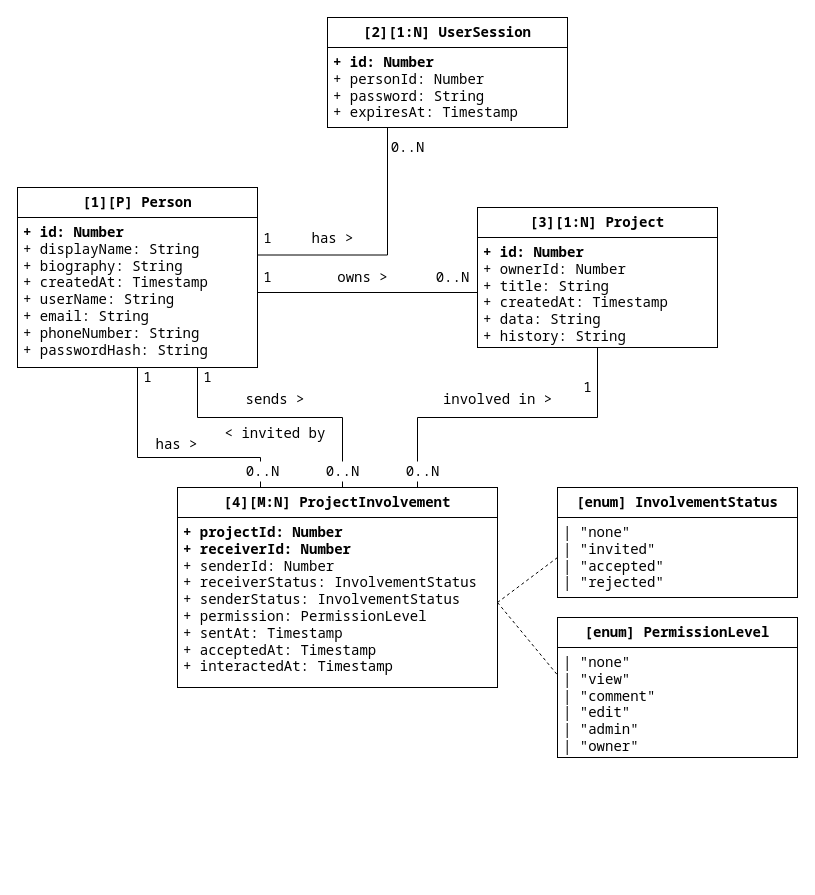
Earlier version of the draw.io diagram page "Relational" (1 of 3) of science-vis/datamodel.drawio (dmitriynaumov1024/proj). Source tidied: cells renumbered, new cells numbered last; positions are measured from the earlier drawing's top-left corner, leaving out a move shared by most shapes. Both pictures are drawn from the tidied source at 100%, with x=0, y=0 at pixel (17, 17).
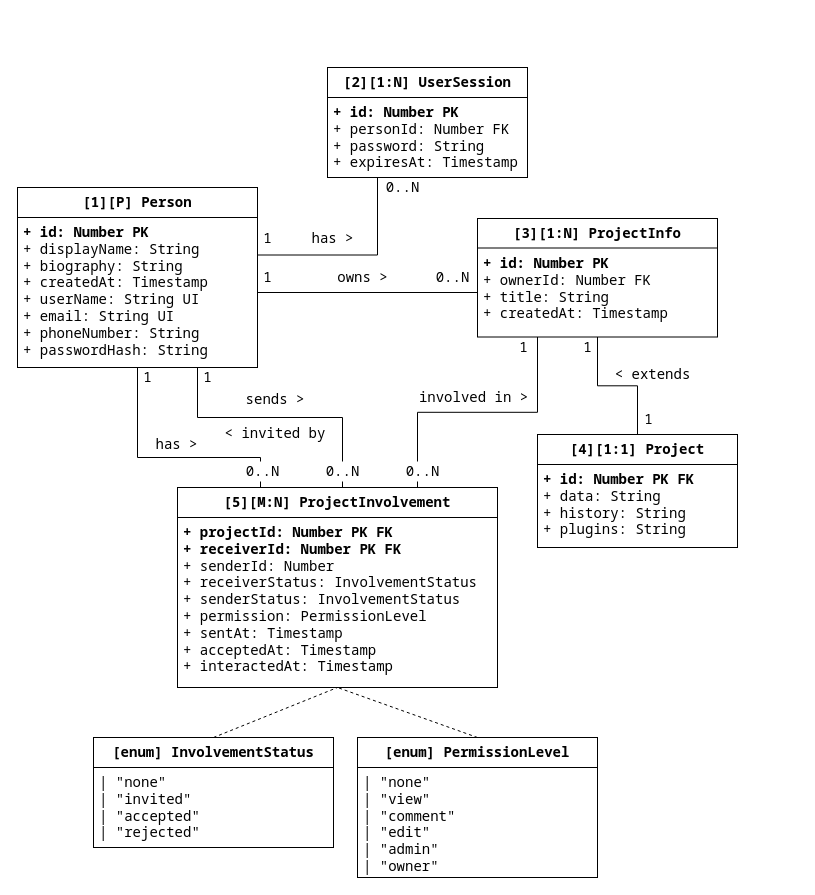
After the change.

Diff of the diagram source:
```diff
@@
-    <mxCell id="3" value="[3][1:N] Project" style="rounded=0;whiteSpace=wrap;html=1;fontFamily=Noto Sans Mono;fontSize=14;fontStyle=1;" parent="1" vertex="1">
-      <mxGeometry x="460" y="190" width="240" height="30" as="geometry" />
+    <mxCell id="3" value="[3][1:N] ProjectInfo" style="rounded=0;whiteSpace=wrap;html=1;fontFamily=Noto Sans Mono;fontSize=14;fontStyle=1;" parent="1" vertex="1">
+      <mxGeometry x="460" y="201" width="240" height="30" as="geometry" />
     </mxCell>
@@
-    <mxCell id="6" value="&lt;b&gt;+ id: Number&lt;/b&gt;&lt;br&gt;+ displayName: String&lt;br&gt;&lt;div&gt;+ biography: String&lt;/div&gt;&lt;div&gt;+ createdAt: Timestamp&lt;/div&gt;+ userName: String&lt;div&gt;+ email: String&lt;/div&gt;&lt;div&gt;+ phoneNumber: String&lt;/div&gt;&lt;div&gt;+ passwordHash: String&lt;/div&gt;" style="rounded=0;whiteSpace=wrap;html=1;fontFamily=Noto Sans Mono;fontSize=14;align=left;verticalAlign=top;spacingLeft=4;" parent="1" vertex="1">
+    <mxCell id="6" value="&lt;b&gt;+ id: Number PK&lt;/b&gt;&lt;br&gt;+ displayName: String&lt;br&gt;&lt;div&gt;+ biography: String&lt;/div&gt;&lt;div&gt;+ createdAt: Timestamp&lt;/div&gt;+ userName: String UI&lt;div&gt;+ email: String UI&lt;/div&gt;&lt;div&gt;+ phoneNumber: String&lt;/div&gt;&lt;div&gt;+ passwordHash: String&lt;/div&gt;" style="rounded=0;whiteSpace=wrap;html=1;fontFamily=Noto Sans Mono;fontSize=14;align=left;verticalAlign=top;spacingLeft=4;" parent="1" vertex="1">
       <mxGeometry y="200" width="240" height="150" as="geometry" />
     </mxCell>
-    <mxCell id="7" value="&lt;div&gt;&lt;b&gt;+ id: Number&lt;/b&gt;&lt;/div&gt;&lt;div&gt;+ ownerId: Number&lt;/div&gt;&lt;div&gt;+ title: String&lt;/div&gt;&lt;div&gt;+ createdAt: Timestamp&lt;/div&gt;&lt;div&gt;+ data: String&lt;br&gt;+ history: String&lt;/div&gt;" style="rounded=0;whiteSpace=wrap;html=1;fontFamily=Noto Sans Mono;fontSize=14;align=left;verticalAlign=top;spacingLeft=4;" parent="1" vertex="1">
-      <mxGeometry x="460" y="220" width="240" height="110" as="geometry" />
+    <mxCell id="7" value="&lt;div&gt;&lt;b&gt;+ id: Number PK&lt;/b&gt;&lt;/div&gt;&lt;div&gt;+ ownerId: Number FK&lt;/div&gt;&lt;div&gt;+ title: String&lt;/div&gt;&lt;div&gt;+ createdAt: Timestamp&lt;/div&gt;" style="rounded=0;whiteSpace=wrap;html=1;fontFamily=Noto Sans Mono;fontSize=14;align=left;verticalAlign=top;spacingLeft=4;" parent="1" vertex="1">
+      <mxGeometry x="460" y="230.5" width="240" height="89" as="geometry" />
     </mxCell>
-    <mxCell id="8" value="&lt;div&gt;&lt;b&gt;+ projectId: Number&lt;/b&gt;&lt;/div&gt;&lt;div&gt;&lt;b&gt;+ receiverId: Number&lt;/b&gt;&lt;/div&gt;&lt;div&gt;+ senderId: Number&lt;/div&gt;&lt;div&gt;+ receiverStatus: InvolvementStatus&lt;/div&gt;&lt;div&gt;+ senderStatus: InvolvementStatus&lt;/div&gt;&lt;div&gt;+ permission: PermissionLevel&lt;/div&gt;&lt;div&gt;+ sentAt: Timestamp&lt;/div&gt;&lt;div&gt;+ acceptedAt: Timestamp&lt;/div&gt;&lt;div&gt;+ interactedAt: Timestamp&lt;/div&gt;" style="rounded=0;whiteSpace=wrap;html=1;fontFamily=Noto Sans Mono;fontSize=14;align=left;verticalAlign=top;spacingLeft=4;" parent="1" vertex="1">
+    <mxCell id="8" value="&lt;div&gt;&lt;b&gt;+ projectId: Number PK FK&lt;/b&gt;&lt;/div&gt;&lt;div&gt;&lt;b&gt;+ receiverId: Number PK FK&lt;/b&gt;&lt;/div&gt;&lt;div&gt;+ senderId: Number&lt;/div&gt;&lt;div&gt;+ receiverStatus: InvolvementStatus&lt;/div&gt;&lt;div&gt;+ senderStatus: InvolvementStatus&lt;/div&gt;&lt;div&gt;+ permission: PermissionLevel&lt;/div&gt;&lt;div&gt;+ sentAt: Timestamp&lt;/div&gt;&lt;div&gt;+ acceptedAt: Timestamp&lt;/div&gt;&lt;div&gt;+ interactedAt: Timestamp&lt;/div&gt;" style="rounded=0;whiteSpace=wrap;html=1;fontFamily=Noto Sans Mono;fontSize=14;align=left;verticalAlign=top;spacingLeft=4;" parent="1" vertex="1">
       <mxGeometry x="160" y="500" width="320" height="170" as="geometry" />
     </mxCell>
-    <mxCell id="9" style="edgeStyle=orthogonalEdgeStyle;rounded=0;jettySize=auto;html=1;exitX=0.75;exitY=0;exitDx=0;exitDy=0;entryX=0.5;entryY=1;entryDx=0;entryDy=0;fontFamily=Noto Sans Mono;fontSize=14;endArrow=none;endFill=0;" parent="1" edge="1" source="12" target="7">
+    <mxCell id="9" style="edgeStyle=orthogonalEdgeStyle;rounded=0;jettySize=auto;html=1;exitX=0.75;exitY=0;exitDx=0;exitDy=0;entryX=0.25;entryY=1;entryDx=0;entryDy=0;fontFamily=Noto Sans Mono;fontSize=14;endArrow=none;endFill=0;" parent="1" edge="1" source="12" target="7">
       <mxGeometry relative="1" as="geometry" />
     </mxCell>
@@
-    <mxCell id="12" value="[4][M:N] ProjectInvolvement" style="rounded=0;whiteSpace=wrap;html=1;fontFamily=Noto Sans Mono;fontSize=14;fontStyle=1;" parent="1" vertex="1">
+    <mxCell id="12" value="[5][M:N] ProjectInvolvement" style="rounded=0;whiteSpace=wrap;html=1;fontFamily=Noto Sans Mono;fontSize=14;fontStyle=1;" parent="1" vertex="1">
       <mxGeometry x="160" y="470" width="320" height="30" as="geometry" />
     </mxCell>
@@
     <mxCell id="21" value="involved in &amp;gt;" style="text;html=1;align=center;verticalAlign=middle;strokeColor=none;fillColor=none;fontSize=14;fontFamily=Noto Sans Mono;" parent="1" vertex="1">
-      <mxGeometry x="420" y="372" width="120" height="20" as="geometry" />
+      <mxGeometry x="396" y="370" width="120" height="20" as="geometry" />
     </mxCell>
     <mxCell id="22" value="1" style="text;html=1;align=center;verticalAlign=middle;strokeColor=none;fillColor=none;fontSize=14;fontFamily=Noto Sans Mono;" parent="1" vertex="1">
-      <mxGeometry x="560" y="360" width="20" height="20" as="geometry" />
+      <mxGeometry x="496" y="320" width="20" height="20" as="geometry" />
     </mxCell>
@@
     <mxCell id="25" value="[enum] PermissionLevel" style="rounded=0;whiteSpace=wrap;html=1;fontFamily=Noto Sans Mono;fontSize=14;fontStyle=1;" parent="1" vertex="1">
-      <mxGeometry x="540" y="600" width="240" height="30" as="geometry" />
+      <mxGeometry x="340" y="720" width="240" height="30" as="geometry" />
     </mxCell>
     <mxCell id="26" value="&lt;div&gt;| &quot;none&quot;&lt;/div&gt;&lt;div&gt;| &quot;view&quot;&lt;/div&gt;&lt;div&gt;| &quot;comment&quot;&lt;/div&gt;&lt;div&gt;| &quot;edit&quot;&lt;/div&gt;&lt;div&gt;| &quot;admin&quot;&lt;/div&gt;&lt;div&gt;| &quot;owner&quot;&lt;/div&gt;" style="rounded=0;whiteSpace=wrap;html=1;fontFamily=Noto Sans Mono;fontSize=14;align=left;verticalAlign=top;spacingLeft=4;" parent="1" vertex="1">
-      <mxGeometry x="540" y="630" width="240" height="110" as="geometry" />
+      <mxGeometry x="340" y="750" width="240" height="110" as="geometry" />
     </mxCell>
     <mxCell id="27" value="[enum] InvolvementStatus" style="rounded=0;whiteSpace=wrap;html=1;fontFamily=Noto Sans Mono;fontSize=14;fontStyle=1;" parent="1" vertex="1">
-      <mxGeometry x="540" y="470" width="240" height="30" as="geometry" />
+      <mxGeometry x="76" y="720" width="240" height="30" as="geometry" />
     </mxCell>
     <mxCell id="28" value="&lt;div&gt;| &quot;none&quot;&lt;/div&gt;&lt;div&gt;| &quot;invited&quot;&lt;/div&gt;&lt;div&gt;| &quot;accepted&quot;&lt;/div&gt;&lt;div&gt;| &quot;rejected&quot;&lt;/div&gt;" style="rounded=0;whiteSpace=wrap;html=1;fontFamily=Noto Sans Mono;fontSize=14;align=left;verticalAlign=top;spacingLeft=4;" parent="1" vertex="1">
-      <mxGeometry x="540" y="500" width="240" height="80" as="geometry" />
+      <mxGeometry x="76" y="750" width="240" height="80" as="geometry" />
     </mxCell>
-    <mxCell id="29" style="endArrow=none;dashed=1;html=1;rounded=0;exitX=1;exitY=0.5;exitDx=0;exitDy=0;entryX=0;entryY=0.5;entryDx=0;entryDy=0;" parent="1" edge="1" source="8" target="28">
-      <mxGeometry relative="1" as="geometry" />
-    </mxCell>
-    <mxCell id="30" style="endArrow=none;dashed=1;html=1;rounded=0;exitX=1;exitY=0.5;exitDx=0;exitDy=0;entryX=0;entryY=0.25;entryDx=0;entryDy=0;" parent="1" edge="1" source="8" target="26">
-      <mxGeometry relative="1" as="geometry" />
-    </mxCell>
     <mxCell id="31" value="[2][1:N] UserSession" style="rounded=0;whiteSpace=wrap;html=1;fontFamily=Noto Sans Mono;fontSize=14;fontStyle=1;" parent="1" vertex="1">
-      <mxGeometry x="310" width="240" height="30" as="geometry" />
+      <mxGeometry x="310" y="50" width="200" height="30" as="geometry" />
     </mxCell>
-    <mxCell id="32" value="&lt;div&gt;&lt;b&gt;+ id: Number&lt;/b&gt;&lt;/div&gt;&lt;div&gt;+ personId: Number&lt;/div&gt;&lt;div&gt;+ password: String&lt;br&gt;&lt;/div&gt;&lt;div&gt;+ expiresAt: Timestamp&lt;/div&gt;" style="rounded=0;whiteSpace=wrap;html=1;fontFamily=Noto Sans Mono;fontSize=14;align=left;verticalAlign=top;spacingLeft=4;" parent="1" vertex="1">
-      <mxGeometry x="310" y="30" width="240" height="80" as="geometry" />
+    <mxCell id="32" value="&lt;div&gt;&lt;b&gt;+ id: Number PK&lt;/b&gt;&lt;/div&gt;&lt;div&gt;+ personId: Number FK&lt;/div&gt;&lt;div&gt;+ password: String&lt;br&gt;&lt;/div&gt;&lt;div&gt;+ expiresAt: Timestamp&lt;/div&gt;" style="rounded=0;whiteSpace=wrap;html=1;fontFamily=Noto Sans Mono;fontSize=14;align=left;verticalAlign=top;spacingLeft=4;" parent="1" vertex="1">
+      <mxGeometry x="310" y="80" width="200" height="80" as="geometry" />
     </mxCell>
     <mxCell id="33" value="0..N" style="text;html=1;align=center;verticalAlign=middle;strokeColor=none;fillColor=none;fontFamily=Noto Sans Mono;fontSize=14;" parent="1" vertex="1">
-      <mxGeometry x="365" y="120" width="50" height="20" as="geometry" />
+      <mxGeometry x="360" y="160" width="50" height="20" as="geometry" />
     </mxCell>
@@
+    <mxCell id="36" style="endArrow=none;dashed=1;html=1;rounded=0;entryX=0.5;entryY=1;entryDx=0;entryDy=0;exitX=0.5;exitY=0;exitDx=0;exitDy=0;" parent="1" edge="1" source="27" target="8">
+      <mxGeometry relative="1" as="geometry" />
+    </mxCell>
+    <mxCell id="37" style="endArrow=none;dashed=1;html=1;rounded=0;entryX=0.5;entryY=1;entryDx=0;entryDy=0;" parent="1" edge="1" target="8">
+      <mxGeometry relative="1" as="geometry">
+        <mxPoint x="460" y="720" as="sourcePoint" />
+      </mxGeometry>
+    </mxCell>
+    <mxCell id="38" value="&lt;div&gt;&lt;b&gt;+ id: Number PK FK&lt;/b&gt;&lt;/div&gt;&lt;div&gt;+ data: String&lt;br&gt;+ history: String&lt;/div&gt;&lt;div&gt;+ plugins: String&lt;/div&gt;" style="rounded=0;whiteSpace=wrap;html=1;fontFamily=Noto Sans Mono;fontSize=14;align=left;verticalAlign=top;spacingLeft=4;" parent="1" vertex="1">
+      <mxGeometry x="520" y="447" width="200" height="83" as="geometry" />
+    </mxCell>
+    <mxCell id="39" value="[4][1:1] Project" style="rounded=0;whiteSpace=wrap;html=1;fontFamily=Noto Sans Mono;fontSize=14;fontStyle=1;" parent="1" vertex="1">
+      <mxGeometry x="520" y="417" width="200" height="30" as="geometry" />
+    </mxCell>
+    <mxCell id="40" style="endArrow=none;html=1;rounded=0;entryX=0.5;entryY=1;entryDx=0;entryDy=0;exitX=0.5;exitY=0;exitDx=0;exitDy=0;edgeStyle=orthogonalEdgeStyle;" parent="1" edge="1" source="39" target="7">
+      <mxGeometry relative="1" as="geometry" />
+    </mxCell>
+    <mxCell id="41" value="&amp;lt; extends" style="text;html=1;align=center;verticalAlign=middle;strokeColor=none;fillColor=none;fontSize=14;fontFamily=Noto Sans Mono;" parent="1" vertex="1">
+      <mxGeometry x="590" y="347" width="90" height="20" as="geometry" />
+    </mxCell>
+    <mxCell id="42" value="1" style="text;html=1;align=center;verticalAlign=middle;strokeColor=none;fillColor=none;fontSize=14;fontFamily=Noto Sans Mono;" parent="1" vertex="1">
+      <mxGeometry x="560" y="320" width="20" height="20" as="geometry" />
+    </mxCell>
+    <mxCell id="43" value="1" style="text;html=1;align=center;verticalAlign=middle;strokeColor=none;fillColor=none;fontSize=14;fontFamily=Noto Sans Mono;" parent="1" vertex="1">
+      <mxGeometry x="621" y="392" width="20" height="20" as="geometry" />
+    </mxCell>
```
